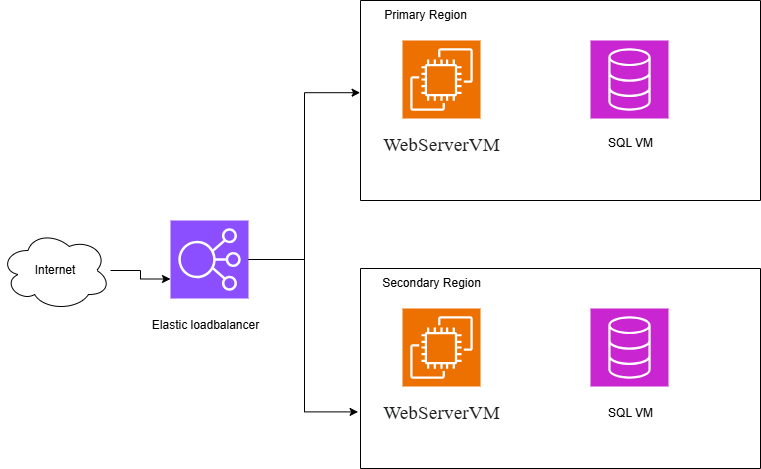
Earlier version of the draw.io export Lab 4/HLD.drawio.png (khad0062/CST8913). Source tidied: cells renumbered, new cells last; positions are measured from the earlier drawing's top-left corner, leaving out a move shared by most shapes.
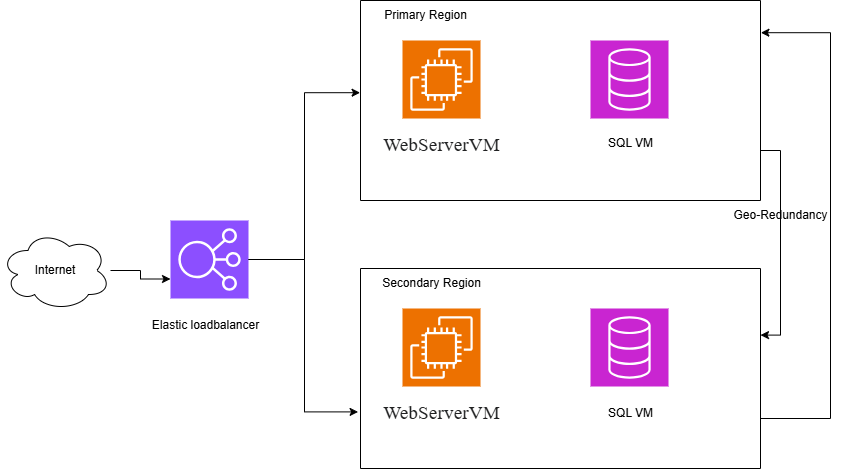
After the commit.

Change to the diagram source:
```diff
@@ -26,6 +26,14 @@
     <mxCell id="9" value="SQL VM" style="text;html=1;align=center;verticalAlign=middle;strokeColor=none;fillColor=none;" parent="1" vertex="1">
       <mxGeometry x="595" y="128" width="70" height="30" as="geometry" />
     </mxCell>
+    <mxCell id="20" style="edgeStyle=orthogonalEdgeStyle;rounded=0;jettySize=auto;html=1;exitX=1;exitY=0.75;exitDx=0;exitDy=0;entryX=1.001;entryY=0.161;entryDx=0;entryDy=0;entryPerimeter=0;" parent="1" edge="1" source="10" target="4">
+      <mxGeometry relative="1" as="geometry">
+        <Array as="points">
+          <mxPoint x="830" y="418" />
+          <mxPoint x="830" y="32" />
+        </Array>
+      </mxGeometry>
+    </mxCell>
     <mxCell id="10" style="swimlane;startSize=0;" parent="1" vertex="1">
       <mxGeometry x="360" y="268" width="400" height="200" as="geometry" />
     </mxCell>
@@ -56,5 +64,11 @@
     <mxCell id="19" style="edgeStyle=orthogonalEdgeStyle;rounded=0;jettySize=auto;html=1;entryX=0;entryY=0.75;entryDx=0;entryDy=0;entryPerimeter=0;" parent="1" edge="1" source="18" target="2">
       <mxGeometry relative="1" as="geometry" />
     </mxCell>
+    <mxCell id="21" value="Geo-Redundancy" style="text;html=1;align=center;verticalAlign=middle;strokeColor=none;fillColor=none;" parent="1" vertex="1">
+      <mxGeometry x="720" y="200" width="120" height="30" as="geometry" />
+    </mxCell>
+    <mxCell id="22" style="edgeStyle=orthogonalEdgeStyle;rounded=0;jettySize=auto;html=1;exitX=1;exitY=0.75;exitDx=0;exitDy=0;entryX=1;entryY=0.333;entryDx=0;entryDy=0;entryPerimeter=0;" parent="1" edge="1" source="4" target="10">
+      <mxGeometry relative="1" as="geometry" />
+    </mxCell>
   </root>
 </mxGraphModel>
```
